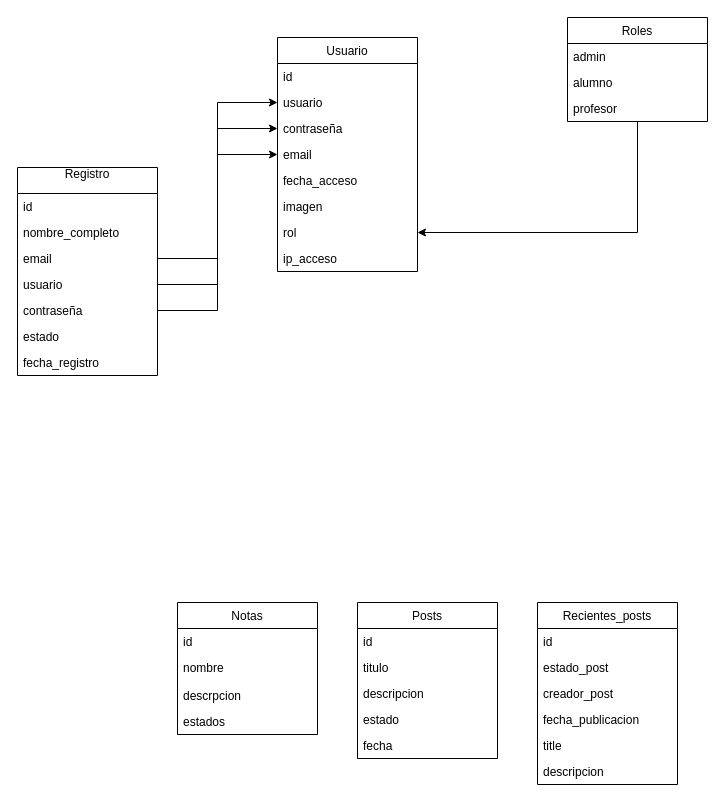
Before: ModeloEntidadRelacion.drawio in usyeimar/data-learning, a draw.io diagram. Source tidied: cells renumbered, new cells numbered last; positions are measured from the earlier drawing's top-left corner, leaving out a move shared by most shapes. Both pictures are drawn from the tidied source at 100%, with x=0, y=0 at pixel (17, 17).
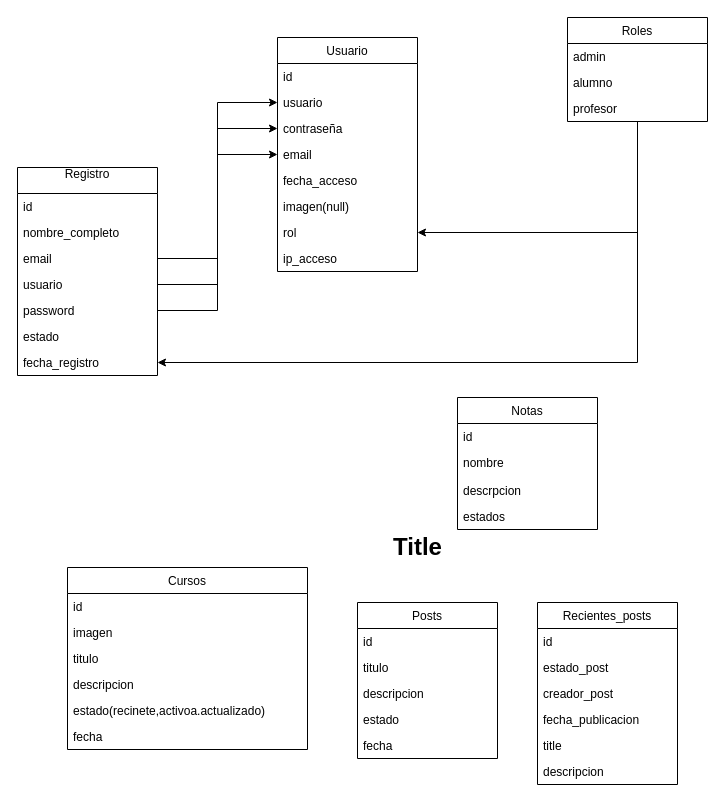
Above is the later version.

Unchanged cells that the change refers to:
```xml
<mxCell id="2" value="Registro&#10;" style="swimlane;fontStyle=0;horizontal=1;startSize=26;fillColor=none;" parent="1" vertex="1">
  <mxGeometry y="150" width="140" height="208" as="geometry" />
</mxCell>
<mxCell id="9" value="fecha_registro" style="text;strokeColor=none;fillColor=none;align=left;verticalAlign=top;spacingLeft=4;spacingRight=4;overflow=hidden;points=[[0,0.5],[1,0.5]];portConstraint=eastwest;" parent="2" vertex="1">
  <mxGeometry y="182" width="140" height="26" as="geometry" />
</mxCell>
<mxCell id="16" value="Usuario" style="swimlane;fontStyle=0;horizontal=1;startSize=26;fillColor=none;" parent="1" vertex="1">
  <mxGeometry x="260" y="20" width="140" height="234" as="geometry" />
</mxCell>
<mxCell id="26" value="Roles" style="swimlane;fontStyle=0;horizontal=1;startSize=26;fillColor=none;" parent="1" vertex="1">
  <mxGeometry x="550" width="140" height="104" as="geometry" />
</mxCell>
```

The edit, as a diff of the source:
```diff
@@
-    <mxCell id="7" value="contraseña" style="text;strokeColor=none;fillColor=none;align=left;verticalAlign=top;spacingLeft=4;spacingRight=4;overflow=hidden;points=[[0,0.5],[1,0.5]];portConstraint=eastwest;" parent="2" vertex="1">
+    <mxCell id="7" value="password" style="text;strokeColor=none;fillColor=none;align=left;verticalAlign=top;spacingLeft=4;spacingRight=4;overflow=hidden;points=[[0,0.5],[1,0.5]];portConstraint=eastwest;" parent="2" vertex="1">
       <mxGeometry y="130" width="140" height="26" as="geometry" />
     </mxCell>
@@
-    <mxCell id="22" value="imagen" style="text;strokeColor=none;fillColor=none;align=left;verticalAlign=top;spacingLeft=4;spacingRight=4;overflow=hidden;" parent="16" vertex="1">
+    <mxCell id="22" value="imagen(null)" style="text;strokeColor=none;fillColor=none;align=left;verticalAlign=top;spacingLeft=4;spacingRight=4;overflow=hidden;" parent="16" vertex="1">
       <mxGeometry y="156" width="140" height="26" as="geometry" />
     </mxCell>
@@
+    <mxCell id="45" style="edgeStyle=orthogonalEdgeStyle;rounded=0;jettySize=auto;html=1;" parent="1" edge="1" source="26" target="9">
+      <mxGeometry relative="1" as="geometry" />
+    </mxCell>
@@
     <mxCell id="37" value="Notas" style="swimlane;fontStyle=0;horizontal=1;startSize=26;fillColor=none;" parent="1" vertex="1">
-      <mxGeometry x="160" y="585" width="140" height="132" as="geometry" />
+      <mxGeometry x="440" y="380" width="140" height="132" as="geometry" />
     </mxCell>
@@
+    <mxCell id="46" value="Title" style="text;strokeColor=none;fillColor=none;html=1;fontSize=24;fontStyle=1;verticalAlign=middle;align=center;" parent="1" vertex="1">
+      <mxGeometry x="350" y="510" width="100" height="40" as="geometry" />
+    </mxCell>
+    <mxCell id="47" value="Cursos" style="swimlane;fontStyle=0;horizontal=1;startSize=26;fillColor=none;" parent="1" vertex="1">
+      <mxGeometry x="50" y="550" width="240" height="182" as="geometry" />
+    </mxCell>
+    <mxCell id="48" value="id" style="text;strokeColor=none;fillColor=none;align=left;verticalAlign=top;spacingLeft=4;spacingRight=4;overflow=hidden;" parent="47" vertex="1">
+      <mxGeometry y="26" width="240" height="26" as="geometry" />
+    </mxCell>
+    <mxCell id="49" value="imagen" style="text;strokeColor=none;fillColor=none;align=left;verticalAlign=top;spacingLeft=4;spacingRight=4;overflow=hidden;" parent="47" vertex="1">
+      <mxGeometry y="52" width="240" height="26" as="geometry" />
+    </mxCell>
+    <mxCell id="50" value="titulo" style="text;strokeColor=none;fillColor=none;align=left;verticalAlign=top;spacingLeft=4;spacingRight=4;overflow=hidden;" parent="47" vertex="1">
+      <mxGeometry y="78" width="240" height="26" as="geometry" />
+    </mxCell>
+    <mxCell id="51" value="descripcion" style="text;strokeColor=none;fillColor=none;align=left;verticalAlign=top;spacingLeft=4;spacingRight=4;overflow=hidden;" parent="47" vertex="1">
+      <mxGeometry y="104" width="240" height="26" as="geometry" />
+    </mxCell>
+    <mxCell id="52" value="estado(recinete,activoa.actualizado)" style="text;strokeColor=none;fillColor=none;align=left;verticalAlign=top;spacingLeft=4;spacingRight=4;overflow=hidden;" parent="47" vertex="1">
+      <mxGeometry y="130" width="240" height="26" as="geometry" />
+    </mxCell>
+    <mxCell id="53" value="fecha" style="text;strokeColor=none;fillColor=none;align=left;verticalAlign=top;spacingLeft=4;spacingRight=4;overflow=hidden;" parent="47" vertex="1">
+      <mxGeometry y="156" width="240" height="26" as="geometry" />
+    </mxCell>
```
